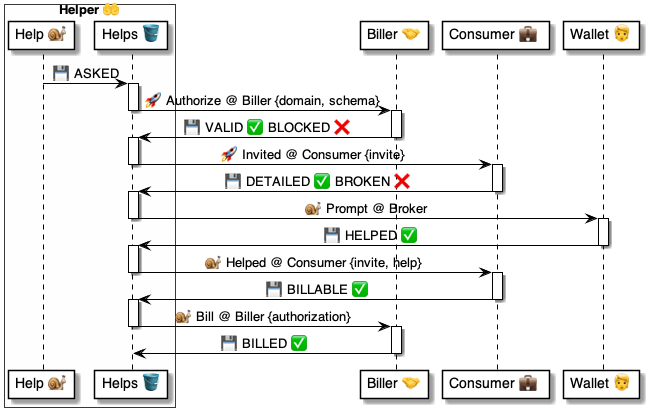
Above: 4 ⚙️ Solution/45 🤲 Helper domains/$ Helpers 🤲/🤲🪣 Invites tables/Helps 🤲 table/🪣 Helps/🤲 Helper.Helps ⚙️ uml.png in pollyweb-org/pollyweb-docs (PlantUML), before the change. Its source is kept beside it as 4 ⚙️ Solution/45 🤲 Helper domains/$ Helpers 🤲/🤲🪣 Invites tables/Helps 🤲 table/🪣 Helps/🤲 Helper.Helps ⚙️ uml.puml.
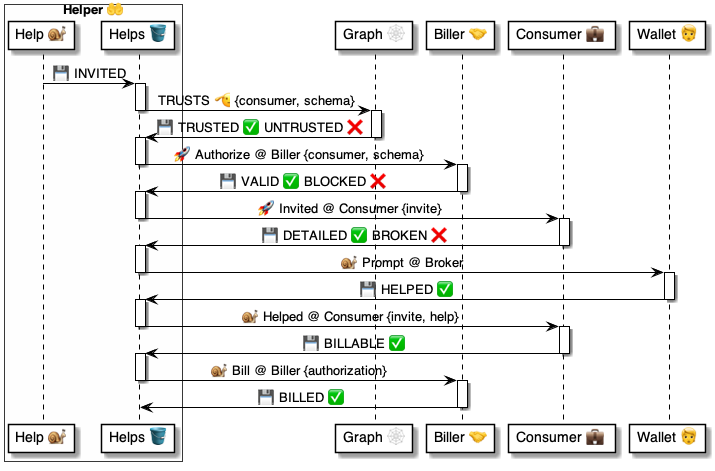
Above is the later version.

What changed in the source:
```diff
@@ -4,15 +4,24 @@
     participant "Help 🐌" as handler
     participant "Helps 🪣" as table
 end box
+participant "Graph 🕸" as graph
 participant "Biller 🤝" as biller
 participant "Consumer 💼 " as consumer
 participant "Wallet 🧑" as wallet
 
 
-handler -> table: 💾 ASKED
+handler -> table: 💾 INVITED
 
 activate table
-    table -> biller: 🚀 Authorize @ Biller {domain, schema}
+    table -> graph: TRUSTS 🫡 {consumer, schema}
+deactivate table
+
+activate graph
+    graph -> table: 💾 TRUSTED ✅ UNTRUSTED ❌
+deactivate graph
+
+activate table
+    table -> biller: 🚀 Authorize @ Biller {consumer, schema}
 deactivate table
 
 activate biller
```
